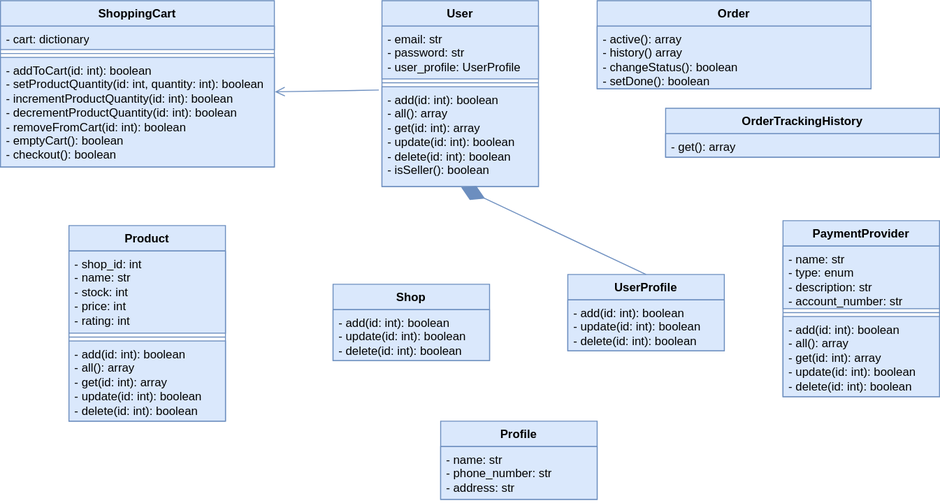
The draw.io diagram Class Diagram.drawio.svg in redorgs/luxe-crafted, before a commit. Source tidied: cells renumbered, new cells last; positions are measured from the earlier drawing's top-left corner, leaving out a move shared by most shapes.
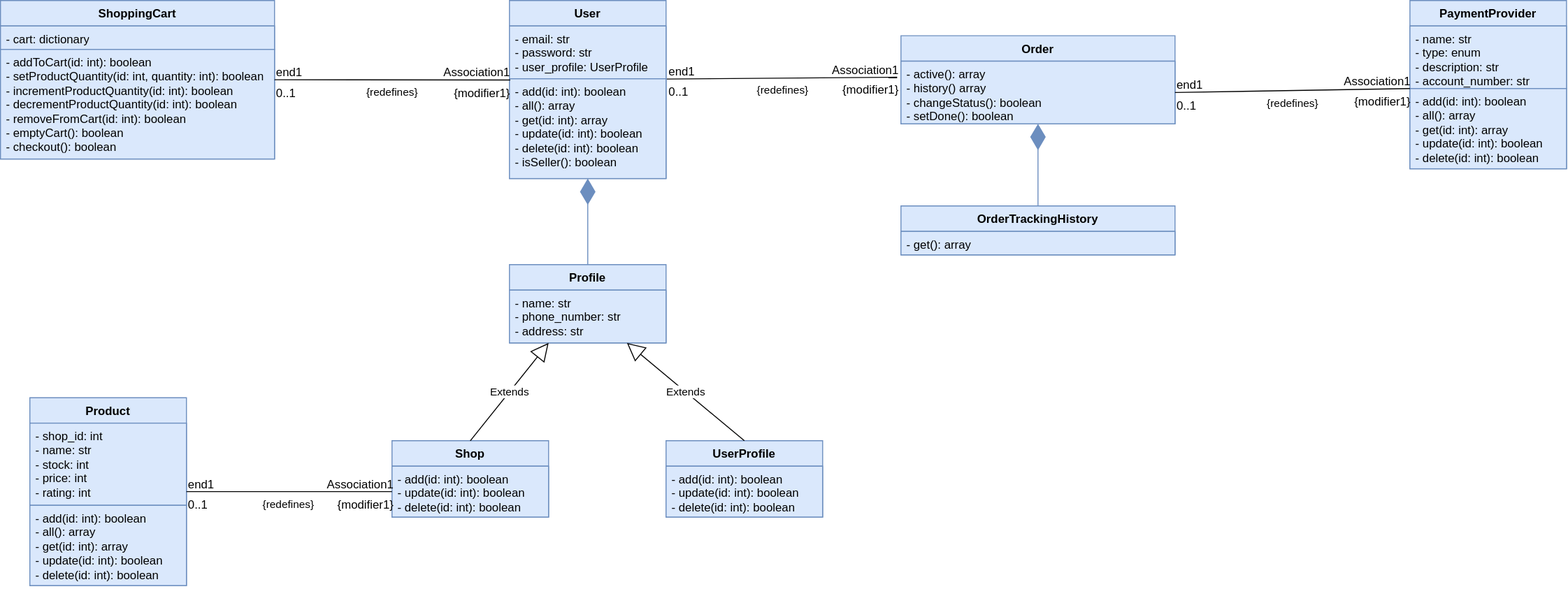
The same diagram one commit later.

Commit message:
Update Class Diagram

What changed in the source:
```diff
@@ -3,88 +3,142 @@
     <mxCell id="0" />
     <mxCell id="1" parent="0" />
     <mxCell id="2" value="User" style="swimlane;fontStyle=1;align=center;verticalAlign=top;horizontal=1;startSize=26;whiteSpace=wrap;html=1;fillColor=#dae8fc;strokeColor=#6c8ebf;" parent="1" vertex="1">
-      <mxGeometry x="390" width="160" height="190" as="geometry" />
+      <mxGeometry x="520" width="160" height="182" as="geometry" />
     </mxCell>
     <mxCell id="3" value="&lt;div&gt;- email: str&lt;/div&gt;&lt;div&gt;- password: str&lt;br&gt;&lt;/div&gt;&lt;div&gt;- user_profile: UserProfile&lt;br&gt;&lt;/div&gt;" style="text;strokeColor=#6c8ebf;fillColor=#dae8fc;align=left;verticalAlign=top;spacingLeft=4;spacingRight=4;overflow=hidden;points=[[0,0.5],[1,0.5]];portConstraint=eastwest;whiteSpace=wrap;html=1;" parent="2" vertex="1">
       <mxGeometry y="26" width="160" height="54" as="geometry" />
     </mxCell>
-    <mxCell id="4" style="line;strokeWidth=1;fillColor=#dae8fc;align=left;verticalAlign=middle;spacingTop=-1;spacingLeft=3;spacingRight=3;labelPosition=right;strokeColor=#6c8ebf;" parent="2" vertex="1">
-      <mxGeometry y="80" width="160" height="8" as="geometry" />
-    </mxCell>
     <mxCell id="5" value="&lt;div&gt;- add(id: int): boolean&lt;/div&gt;&lt;div&gt;- all(): array&lt;/div&gt;&lt;div&gt;- get(id: int): array&lt;/div&gt;&lt;div&gt;- update(id: int): boolean&lt;/div&gt;&lt;div&gt;- delete(id: int): boolean&lt;br&gt;&lt;/div&gt;&lt;div&gt;- isSeller(): boolean&lt;br&gt;&lt;/div&gt;" style="text;strokeColor=#6c8ebf;fillColor=#dae8fc;align=left;verticalAlign=top;spacingLeft=4;spacingRight=4;overflow=hidden;points=[[0,0.5],[1,0.5]];portConstraint=eastwest;whiteSpace=wrap;html=1;" parent="2" vertex="1">
-      <mxGeometry y="88" width="160" height="102" as="geometry" />
+      <mxGeometry y="80" width="160" height="102" as="geometry" />
     </mxCell>
     <mxCell id="6" value="UserProfile" style="swimlane;fontStyle=1;align=center;verticalAlign=top;horizontal=1;startSize=26;whiteSpace=wrap;html=1;fillColor=#dae8fc;strokeColor=#6c8ebf;" parent="1" vertex="1">
-      <mxGeometry x="580" y="280" width="160" height="78" as="geometry" />
+      <mxGeometry x="680" y="450" width="160" height="78" as="geometry" />
     </mxCell>
     <mxCell id="7" value="&lt;div&gt;- add(id: int): boolean&lt;/div&gt;&lt;div&gt;- update(id: int): boolean&lt;/div&gt;&lt;div&gt;- delete(id: int): boolean&lt;br&gt;&lt;/div&gt;" style="text;strokeColor=#6c8ebf;fillColor=#dae8fc;align=left;verticalAlign=top;spacingLeft=4;spacingRight=4;overflow=hidden;whiteSpace=wrap;html=1;" parent="6" vertex="1">
       <mxGeometry y="26" width="160" height="52" as="geometry" />
     </mxCell>
-    <mxCell id="8" style="endArrow=diamondThin;endFill=1;endSize=24;html=1;rounded=0;entryX=0.506;entryY=1.009;entryDx=0;entryDy=0;entryPerimeter=0;exitX=0.5;exitY=0;exitDx=0;exitDy=0;fillColor=#dae8fc;strokeColor=#6c8ebf;" parent="1" edge="1" source="6" target="5">
+    <mxCell id="8" style="endArrow=diamondThin;endFill=1;endSize=24;html=1;rounded=0;entryX=0.5;entryY=1;entryDx=0;entryDy=0;exitX=0.5;exitY=0;exitDx=0;exitDy=0;fillColor=#dae8fc;strokeColor=#6c8ebf;" parent="1" edge="1" source="20" target="14">
       <mxGeometry relative="1" as="geometry" />
     </mxCell>
     <mxCell id="9" value="ShoppingCart" style="swimlane;fontStyle=1;align=center;verticalAlign=top;horizontal=1;startSize=26;whiteSpace=wrap;html=1;fillColor=#dae8fc;strokeColor=#6c8ebf;" parent="1" vertex="1">
-      <mxGeometry width="280" height="170" as="geometry" />
+      <mxGeometry width="280" height="162" as="geometry" />
     </mxCell>
     <mxCell id="10" value="&lt;div&gt;- cart: dictionary&lt;br&gt;&lt;/div&gt;" style="text;strokeColor=#6c8ebf;fillColor=#dae8fc;align=left;verticalAlign=top;spacingLeft=4;spacingRight=4;overflow=hidden;whiteSpace=wrap;html=1;" parent="9" vertex="1">
       <mxGeometry y="26" width="280" height="24" as="geometry" />
     </mxCell>
-    <mxCell id="11" style="line;strokeWidth=1;fillColor=#dae8fc;align=left;verticalAlign=middle;spacingTop=-1;spacingLeft=3;spacingRight=3;labelPosition=right;strokeColor=#6c8ebf;" parent="9" vertex="1">
-      <mxGeometry y="50" width="280" height="8" as="geometry" />
-    </mxCell>
     <mxCell id="12" value="&lt;div&gt;- addToCart(id: int): boolean&lt;/div&gt;&lt;div&gt;- setProductQuantity(id: int, quantity: int): boolean&lt;/div&gt;&lt;div&gt;- incrementProductQuantity(id: int): boolean&lt;/div&gt;&lt;div&gt;- decrementProductQuantity(id: int): boolean&lt;/div&gt;&lt;div&gt;- removeFromCart(id: int): boolean&lt;/div&gt;&lt;div&gt;- emptyCart(): boolean&lt;br&gt;&lt;/div&gt;&lt;div&gt;- checkout(): boolean&lt;br&gt;&lt;/div&gt;" style="text;strokeColor=#6c8ebf;fillColor=#dae8fc;align=left;verticalAlign=top;spacingLeft=4;spacingRight=4;overflow=hidden;points=[[0,0.5],[1,0.5]];portConstraint=eastwest;whiteSpace=wrap;html=1;" parent="9" vertex="1">
-      <mxGeometry y="58" width="280" height="112" as="geometry" />
+      <mxGeometry y="50" width="280" height="112" as="geometry" />
     </mxCell>
-    <mxCell id="13" style="endArrow=open;startArrow=none;endFill=0;startFill=0;endSize=8;html=1;verticalAlign=bottom;labelBackgroundColor=none;strokeWidth=1;rounded=0;entryX=1.002;entryY=0.314;entryDx=0;entryDy=0;entryPerimeter=0;exitX=-0.02;exitY=0.033;exitDx=0;exitDy=0;exitPerimeter=0;fillColor=#dae8fc;strokeColor=#6c8ebf;" parent="1" edge="1" source="5" target="12">
-      <mxGeometry relative="1" as="geometry" />
-    </mxCell>
     <mxCell id="14" value="Order" style="swimlane;fontStyle=1;align=center;verticalAlign=top;horizontal=1;startSize=26;whiteSpace=wrap;html=1;fillColor=#dae8fc;strokeColor=#6c8ebf;" parent="1" vertex="1">
-      <mxGeometry x="610" width="280" height="90" as="geometry" />
+      <mxGeometry x="920" y="36" width="280" height="90" as="geometry" />
     </mxCell>
     <mxCell id="15" value="&lt;div&gt;- active(): array&lt;/div&gt;&lt;div&gt;- history() array&lt;br&gt;&lt;/div&gt;&lt;div&gt;- changeStatus(): boolean&lt;br&gt;&lt;/div&gt;&lt;div&gt;- setDone(): boolean&lt;br&gt;&lt;/div&gt;" style="text;strokeColor=#6c8ebf;fillColor=#dae8fc;align=left;verticalAlign=top;spacingLeft=4;spacingRight=4;overflow=hidden;points=[[0,0.5],[1,0.5]];portConstraint=eastwest;whiteSpace=wrap;html=1;" parent="14" vertex="1">
       <mxGeometry y="26" width="280" height="64" as="geometry" />
     </mxCell>
     <mxCell id="16" value="&lt;div&gt;PaymentProvider&lt;/div&gt;" style="swimlane;fontStyle=1;align=center;verticalAlign=top;horizontal=1;startSize=26;whiteSpace=wrap;html=1;fillColor=#dae8fc;strokeColor=#6c8ebf;" parent="1" vertex="1">
-      <mxGeometry x="800" y="225" width="160" height="180" as="geometry" />
+      <mxGeometry x="1440" width="160" height="172" as="geometry" />
     </mxCell>
     <mxCell id="17" value="&lt;div&gt;- name: str&lt;/div&gt;&lt;div&gt;- type: enum&lt;/div&gt;&lt;div&gt;- description: str&lt;/div&gt;&lt;div&gt;- account_number: str&lt;br&gt;&lt;/div&gt;" style="text;strokeColor=#6c8ebf;fillColor=#dae8fc;align=left;verticalAlign=top;spacingLeft=4;spacingRight=4;overflow=hidden;points=[[0,0.5],[1,0.5]];portConstraint=eastwest;whiteSpace=wrap;html=1;" parent="16" vertex="1">
       <mxGeometry y="26" width="160" height="64" as="geometry" />
     </mxCell>
-    <mxCell id="18" style="line;strokeWidth=1;fillColor=#dae8fc;align=left;verticalAlign=middle;spacingTop=-1;spacingLeft=3;spacingRight=3;labelPosition=right;strokeColor=#6c8ebf;" parent="16" vertex="1">
-      <mxGeometry y="90" width="160" height="8" as="geometry" />
-    </mxCell>
     <mxCell id="19" value="&lt;div&gt;- add(id: int): boolean&lt;/div&gt;&lt;div&gt;- all(): array&lt;/div&gt;&lt;div&gt;- get(id: int): array&lt;/div&gt;&lt;div&gt;- update(id: int): boolean&lt;/div&gt;&lt;div&gt;- delete(id: int): boolean&lt;br&gt;&lt;/div&gt;" style="text;strokeColor=#6c8ebf;fillColor=#dae8fc;align=left;verticalAlign=top;spacingLeft=4;spacingRight=4;overflow=hidden;whiteSpace=wrap;html=1;" parent="16" vertex="1">
-      <mxGeometry y="98" width="160" height="82" as="geometry" />
+      <mxGeometry y="90" width="160" height="82" as="geometry" />
     </mxCell>
     <mxCell id="20" value="&lt;div&gt;OrderTrackingHistory&lt;/div&gt;" style="swimlane;fontStyle=1;align=center;verticalAlign=top;horizontal=1;startSize=26;whiteSpace=wrap;html=1;fillColor=#dae8fc;strokeColor=#6c8ebf;" parent="1" vertex="1">
-      <mxGeometry x="680" y="110" width="280" height="50" as="geometry" />
+      <mxGeometry x="920" y="210" width="280" height="50" as="geometry" />
     </mxCell>
     <mxCell id="21" value="- get(): array" style="text;strokeColor=#6c8ebf;fillColor=#dae8fc;align=left;verticalAlign=top;spacingLeft=4;spacingRight=4;overflow=hidden;whiteSpace=wrap;html=1;" parent="20" vertex="1">
       <mxGeometry y="26" width="280" height="24" as="geometry" />
     </mxCell>
     <mxCell id="22" value="&lt;div&gt;Product&lt;/div&gt;" style="swimlane;fontStyle=1;align=center;verticalAlign=top;horizontal=1;startSize=26;whiteSpace=wrap;html=1;fillColor=#dae8fc;strokeColor=#6c8ebf;" parent="1" vertex="1">
-      <mxGeometry x="70" y="230" width="160" height="200" as="geometry" />
+      <mxGeometry x="30" y="406" width="160" height="192" as="geometry" />
     </mxCell>
     <mxCell id="23" value="&lt;div&gt;- shop_id: int&lt;/div&gt;&lt;div&gt;- name: str&lt;/div&gt;&lt;div&gt;- stock: int&lt;/div&gt;&lt;div&gt;- price: int&lt;br&gt;&lt;/div&gt;&lt;div&gt;- rating: int&lt;br&gt;&lt;/div&gt;" style="text;strokeColor=#6c8ebf;fillColor=#dae8fc;align=left;verticalAlign=top;spacingLeft=4;spacingRight=4;overflow=hidden;whiteSpace=wrap;html=1;" parent="22" vertex="1">
       <mxGeometry y="26" width="160" height="84" as="geometry" />
     </mxCell>
-    <mxCell id="24" style="line;strokeWidth=1;fillColor=#dae8fc;align=left;verticalAlign=middle;spacingTop=-1;spacingLeft=3;spacingRight=3;labelPosition=right;strokeColor=#6c8ebf;" parent="22" vertex="1">
-      <mxGeometry y="110" width="160" height="8" as="geometry" />
-    </mxCell>
     <mxCell id="25" value="&lt;div&gt;- add(id: int): boolean&lt;/div&gt;&lt;div&gt;- all(): array&lt;/div&gt;&lt;div&gt;- get(id: int): array&lt;/div&gt;&lt;div&gt;- update(id: int): boolean&lt;/div&gt;&lt;div&gt;- delete(id: int): boolean&lt;br&gt;&lt;/div&gt;" style="text;strokeColor=#6c8ebf;fillColor=#dae8fc;align=left;verticalAlign=top;spacingLeft=4;spacingRight=4;overflow=hidden;whiteSpace=wrap;html=1;" parent="22" vertex="1">
-      <mxGeometry y="118" width="160" height="82" as="geometry" />
+      <mxGeometry y="110" width="160" height="82" as="geometry" />
     </mxCell>
     <mxCell id="26" value="&lt;div&gt;Profile&lt;/div&gt;&lt;div&gt;&lt;br&gt;&lt;/div&gt;" style="swimlane;fontStyle=1;align=center;verticalAlign=top;horizontal=1;startSize=26;whiteSpace=wrap;html=1;fillColor=#dae8fc;strokeColor=#6c8ebf;" parent="1" vertex="1">
-      <mxGeometry x="450" y="430" width="160" height="80" as="geometry" />
+      <mxGeometry x="520" y="270" width="160" height="80" as="geometry" />
     </mxCell>
     <mxCell id="27" value="&lt;div&gt;- name: str&lt;/div&gt;&lt;div&gt;- phone_number: str&lt;/div&gt;&lt;div&gt;- address: str&lt;/div&gt;" style="text;strokeColor=#6c8ebf;fillColor=#dae8fc;align=left;verticalAlign=top;spacingLeft=4;spacingRight=4;overflow=hidden;whiteSpace=wrap;html=1;" parent="26" vertex="1">
       <mxGeometry y="26" width="160" height="54" as="geometry" />
     </mxCell>
     <mxCell id="28" value="&lt;div&gt;Shop&lt;/div&gt;&lt;div&gt;&lt;br&gt;&lt;/div&gt;" style="swimlane;fontStyle=1;align=center;verticalAlign=top;horizontal=1;startSize=26;whiteSpace=wrap;html=1;fillColor=#dae8fc;strokeColor=#6c8ebf;" parent="1" vertex="1">
-      <mxGeometry x="340" y="290" width="160" height="78" as="geometry" />
+      <mxGeometry x="400" y="450" width="160" height="78" as="geometry" />
     </mxCell>
     <mxCell id="29" value="&lt;div&gt;- add(id: int): boolean&lt;/div&gt;&lt;div&gt;- update(id: int): boolean&lt;/div&gt;&lt;div&gt;- delete(id: int): boolean&lt;br&gt;&lt;/div&gt;" style="text;strokeColor=#6c8ebf;fillColor=#dae8fc;align=left;verticalAlign=top;spacingLeft=4;spacingRight=4;overflow=hidden;points=[[0,0.5],[1,0.5]];portConstraint=eastwest;whiteSpace=wrap;html=1;" parent="28" vertex="1">
       <mxGeometry y="26" width="160" height="52" as="geometry" />
     </mxCell>
+    <mxCell id="30" style="endArrow=diamondThin;endFill=1;endSize=24;html=1;rounded=0;entryX=0.5;entryY=1;entryDx=0;entryDy=0;exitX=0.5;exitY=0;exitDx=0;exitDy=0;fillColor=#dae8fc;strokeColor=#6c8ebf;" parent="1" edge="1" source="26" target="2">
+      <mxGeometry relative="1" as="geometry" />
+    </mxCell>
+    <mxCell id="31" value="{redefines}" style="endArrow=none;html=1;rounded=0;align=center;verticalAlign=top;endFill=0;labelBackgroundColor=none;exitX=1;exitY=0.5;exitDx=0;exitDy=0;entryX=0;entryY=0.5;entryDx=0;entryDy=0;" parent="1" edge="1" source="22" target="29">
+      <mxGeometry relative="1" as="geometry" />
+    </mxCell>
+    <mxCell id="32" value="end1" style="html=1;align=left;verticalAlign=bottom;labelBackgroundColor=none;" parent="31" vertex="1">
+      <mxGeometry x="-1" relative="1" as="geometry" />
+    </mxCell>
+    <mxCell id="33" value="0..1" style="html=1;align=left;verticalAlign=top;labelBackgroundColor=none;" parent="31" vertex="1">
+      <mxGeometry x="-1" relative="1" as="geometry" />
+    </mxCell>
+    <mxCell id="34" value="Association1" style="html=1;align=right;verticalAlign=bottom;labelBackgroundColor=none;" parent="31" vertex="1">
+      <mxGeometry x="1" relative="1" as="geometry" />
+    </mxCell>
+    <mxCell id="35" value="{modifier1}" style="html=1;align=right;verticalAlign=top;labelBackgroundColor=none;" parent="31" vertex="1">
+      <mxGeometry x="1" relative="1" as="geometry" />
+    </mxCell>
+    <mxCell id="36" value="{redefines}" style="endArrow=none;html=1;rounded=0;align=center;verticalAlign=top;endFill=0;labelBackgroundColor=none;exitX=1;exitY=0.5;exitDx=0;exitDy=0;entryX=0.005;entryY=0.012;entryDx=0;entryDy=0;entryPerimeter=0;" parent="1" edge="1" source="9" target="5">
+      <mxGeometry relative="1" as="geometry" />
+    </mxCell>
+    <mxCell id="37" value="end1" style="html=1;align=left;verticalAlign=bottom;labelBackgroundColor=none;" parent="36" vertex="1">
+      <mxGeometry x="-1" relative="1" as="geometry" />
+    </mxCell>
+    <mxCell id="38" value="0..1" style="html=1;align=left;verticalAlign=top;labelBackgroundColor=none;" parent="36" vertex="1">
+      <mxGeometry x="-1" relative="1" as="geometry" />
+    </mxCell>
+    <mxCell id="39" value="Association1" style="html=1;align=right;verticalAlign=bottom;labelBackgroundColor=none;" parent="36" vertex="1">
+      <mxGeometry x="1" relative="1" as="geometry" />
+    </mxCell>
+    <mxCell id="40" value="{modifier1}" style="html=1;align=right;verticalAlign=top;labelBackgroundColor=none;" parent="36" vertex="1">
+      <mxGeometry x="1" relative="1" as="geometry" />
+    </mxCell>
+    <mxCell id="41" value="{redefines}" style="endArrow=none;html=1;rounded=0;align=center;verticalAlign=top;endFill=0;labelBackgroundColor=none;exitX=1.005;exitY=1.004;exitDx=0;exitDy=0;exitPerimeter=0;entryX=-0.014;entryY=0.256;entryDx=0;entryDy=0;entryPerimeter=0;" parent="1" edge="1" source="3" target="15">
+      <mxGeometry relative="1" as="geometry" />
+    </mxCell>
+    <mxCell id="42" value="end1" style="html=1;align=left;verticalAlign=bottom;labelBackgroundColor=none;" parent="41" vertex="1">
+      <mxGeometry x="-1" relative="1" as="geometry" />
+    </mxCell>
+    <mxCell id="43" value="0..1" style="html=1;align=left;verticalAlign=top;labelBackgroundColor=none;" parent="41" vertex="1">
+      <mxGeometry x="-1" relative="1" as="geometry" />
+    </mxCell>
+    <mxCell id="44" value="Association1" style="html=1;align=right;verticalAlign=bottom;labelBackgroundColor=none;" parent="41" vertex="1">
+      <mxGeometry x="1" relative="1" as="geometry" />
+    </mxCell>
+    <mxCell id="45" value="{modifier1}" style="html=1;align=right;verticalAlign=top;labelBackgroundColor=none;" parent="41" vertex="1">
+      <mxGeometry x="1" relative="1" as="geometry" />
+    </mxCell>
+    <mxCell id="46" value="Extends" style="endArrow=block;endSize=16;endFill=0;html=1;exitX=0.5;exitY=0;exitDx=0;exitDy=0;entryX=0.25;entryY=1;entryDx=0;entryDy=0;" parent="1" edge="1" source="28" target="26">
+      <mxGeometry relative="1" as="geometry" />
+    </mxCell>
+    <mxCell id="47" value="Extends" style="endArrow=block;endSize=16;endFill=0;html=1;entryX=0.75;entryY=1;entryDx=0;entryDy=0;exitX=0.5;exitY=0;exitDx=0;exitDy=0;" parent="1" edge="1" source="6" target="26">
+      <mxGeometry relative="1" as="geometry" />
+    </mxCell>
+    <mxCell id="48" value="{redefines}" style="endArrow=none;html=1;rounded=0;align=center;verticalAlign=top;endFill=0;labelBackgroundColor=none;exitX=1;exitY=0.5;exitDx=0;exitDy=0;entryX=0;entryY=1;entryDx=0;entryDy=0;entryPerimeter=0;" parent="1" edge="1" source="15" target="17">
+      <mxGeometry relative="1" as="geometry" />
+    </mxCell>
+    <mxCell id="49" value="end1" style="html=1;align=left;verticalAlign=bottom;labelBackgroundColor=none;" parent="48" vertex="1">
+      <mxGeometry x="-1" relative="1" as="geometry" />
+    </mxCell>
+    <mxCell id="50" value="0..1" style="html=1;align=left;verticalAlign=top;labelBackgroundColor=none;" parent="48" vertex="1">
+      <mxGeometry x="-1" relative="1" as="geometry" />
+    </mxCell>
+    <mxCell id="51" value="Association1" style="html=1;align=right;verticalAlign=bottom;labelBackgroundColor=none;" parent="48" vertex="1">
+      <mxGeometry x="1" relative="1" as="geometry" />
+    </mxCell>
+    <mxCell id="52" value="{modifier1}" style="html=1;align=right;verticalAlign=top;labelBackgroundColor=none;" parent="48" vertex="1">
+      <mxGeometry x="1" relative="1" as="geometry" />
+    </mxCell>
   </root>
 </mxGraphModel>
```
